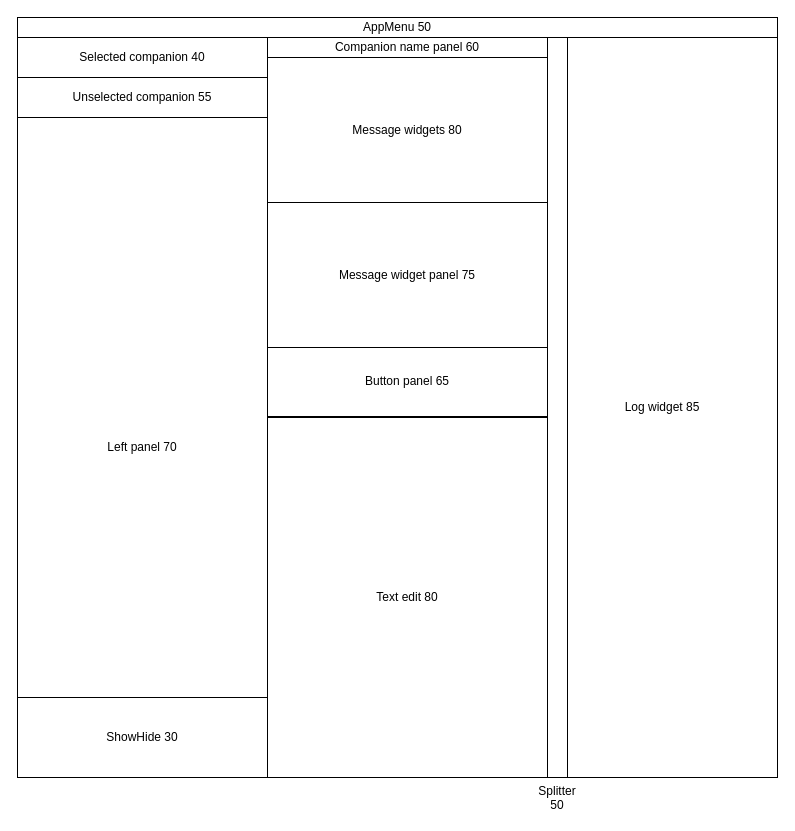
This is design/design.drawio from kawnur/chatprj, a draw.io file, before an edit. Source tidied: cells renumbered, new cells numbered last; positions are measured from the earlier drawing's top-left corner, leaving out a move shared by most shapes. Both pictures are drawn from the tidied source at 100%, with x=0, y=0 at pixel (17, 17).
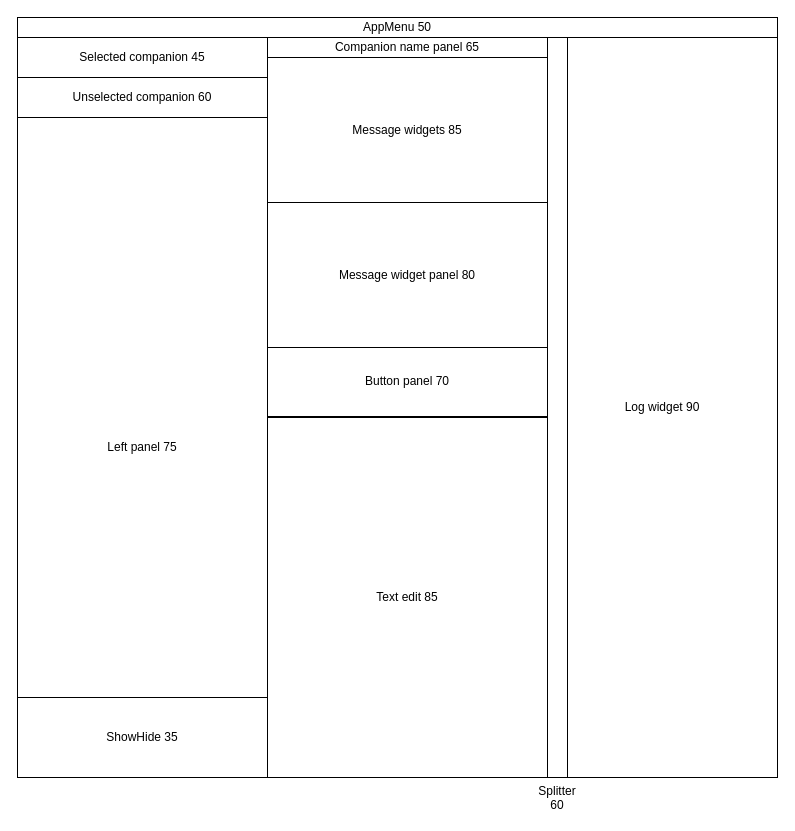
After the change.

What changed in the source:
```diff
@@
 <mxGraphModel>
   <root>
     <mxCell id="0" />
     <mxCell id="1" parent="0" />
     <mxCell id="2" style="rounded=0;whiteSpace=wrap;html=1;" parent="1" vertex="1">
       <mxGeometry width="760" height="760" as="geometry" />
     </mxCell>
     <mxCell id="3" value="AppMenu 50" style="rounded=0;whiteSpace=wrap;html=1;" parent="1" vertex="1">
       <mxGeometry width="760" height="20" as="geometry" />
     </mxCell>
     <mxCell id="4" style="rounded=0;whiteSpace=wrap;html=1;" parent="1" vertex="1">
       <mxGeometry y="20" width="250" height="740" as="geometry" />
     </mxCell>
-    <mxCell id="5" value="Log widget 85" style="rounded=0;whiteSpace=wrap;html=1;" parent="1" vertex="1">
+    <mxCell id="5" value="Log widget 90" style="rounded=0;whiteSpace=wrap;html=1;" parent="1" vertex="1">
       <mxGeometry x="530" y="20" width="230" height="740" as="geometry" />
     </mxCell>
-    <mxCell id="6" value="Selected companion 40" style="rounded=0;whiteSpace=wrap;html=1;" parent="1" vertex="1">
+    <mxCell id="6" value="Selected companion 45" style="rounded=0;whiteSpace=wrap;html=1;" parent="1" vertex="1">
       <mxGeometry y="20" width="250" height="40" as="geometry" />
     </mxCell>
-    <mxCell id="7" value="Unselected companion 55" style="rounded=0;whiteSpace=wrap;html=1;" parent="1" vertex="1">
+    <mxCell id="7" value="Unselected companion 60" style="rounded=0;whiteSpace=wrap;html=1;" parent="1" vertex="1">
       <mxGeometry y="60" width="250" height="40" as="geometry" />
     </mxCell>
-    <mxCell id="8" value="Companion name panel 60" style="rounded=0;whiteSpace=wrap;html=1;" parent="1" vertex="1">
+    <mxCell id="8" value="Companion name panel 65" style="rounded=0;whiteSpace=wrap;html=1;" parent="1" vertex="1">
       <mxGeometry x="250" y="20" width="280" height="20" as="geometry" />
     </mxCell>
     <mxCell id="9" style="rounded=0;whiteSpace=wrap;html=1;" parent="1" vertex="1">
       <mxGeometry x="250" y="40" width="280" height="290" as="geometry" />
     </mxCell>
-    <mxCell id="10" value="Message widgets 80" style="rounded=0;whiteSpace=wrap;html=1;" parent="1" vertex="1">
+    <mxCell id="10" value="Message widgets 85" style="rounded=0;whiteSpace=wrap;html=1;" parent="1" vertex="1">
       <mxGeometry x="250" y="40" width="280" height="145" as="geometry" />
     </mxCell>
-    <mxCell id="11" value="Button panel 65" style="rounded=0;whiteSpace=wrap;html=1;" parent="1" vertex="1">
+    <mxCell id="11" value="Button panel 70" style="rounded=0;whiteSpace=wrap;html=1;" parent="1" vertex="1">
       <mxGeometry x="250" y="329" width="280" height="70" as="geometry" />
     </mxCell>
-    <mxCell id="12" value="Left panel 70" style="rounded=0;whiteSpace=wrap;html=1;" parent="1" vertex="1">
+    <mxCell id="12" value="Left panel 75" style="rounded=0;whiteSpace=wrap;html=1;" parent="1" vertex="1">
       <mxGeometry y="100" width="250" height="660" as="geometry" />
     </mxCell>
-    <mxCell id="13" value="Message widget panel 75" style="rounded=0;whiteSpace=wrap;html=1;" parent="1" vertex="1">
+    <mxCell id="13" value="Message widget panel 80" style="rounded=0;whiteSpace=wrap;html=1;" parent="1" vertex="1">
       <mxGeometry x="250" y="185" width="280" height="145" as="geometry" />
     </mxCell>
-    <mxCell id="14" value="Text edit 80" style="rounded=0;whiteSpace=wrap;html=1;" parent="1" vertex="1">
+    <mxCell id="14" value="Text edit 85" style="rounded=0;whiteSpace=wrap;html=1;" parent="1" vertex="1">
       <mxGeometry x="250" y="400" width="280" height="360" as="geometry" />
     </mxCell>
-    <mxCell id="15" value="ShowHide 30" style="rounded=0;whiteSpace=wrap;html=1;" parent="1" vertex="1">
+    <mxCell id="15" value="ShowHide 35" style="rounded=0;whiteSpace=wrap;html=1;" parent="1" vertex="1">
       <mxGeometry y="680" width="250" height="80" as="geometry" />
     </mxCell>
-    <mxCell id="16" value="Splitter 50" style="rounded=0;whiteSpace=wrap;html=1;labelPosition=center;verticalLabelPosition=bottom;align=center;verticalAlign=top;labelPerimeter=1;" parent="1" vertex="1">
+    <mxCell id="16" value="Splitter 60" style="rounded=0;whiteSpace=wrap;html=1;labelPosition=center;verticalLabelPosition=bottom;align=center;verticalAlign=top;labelPerimeter=1;" parent="1" vertex="1">
       <mxGeometry x="530" y="20" width="20" height="740" as="geometry" />
     </mxCell>
   </root>
 </mxGraphModel>
```
